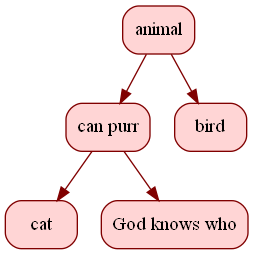
The Graphviz diagram TreePicture.png in KuchinaMA/Akinator, before a commit. Its source is kept beside it as TreePicture.dot.
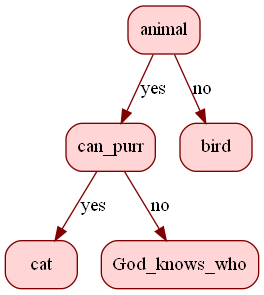
Above is the later version.

What changed in the source:
```diff
@@ -1,13 +1,13 @@
 digraph {
   rankdir = HR;
   node [shape = Mrecord, color = "#800000", style = filled, fillcolor = "#FFD5D5"];
-  node_0000028b84e41540[label = " animal "];
-  node_0000028b84e414c0[label = " can purr "];
-  node_0000028b84e41440[label = " cat "];
-  node_0000028b84e41480[label = " God knows who "];
-  node_0000028b84e41500[label = " bird "];
-  node_0000028b84e41540 -> node_0000028b84e414c0 [weight = 1, color = "#800000"];
-  node_0000028b84e414c0 -> node_0000028b84e41440 [weight = 1, color = "#800000"];
-  node_0000028b84e414c0 -> node_0000028b84e41480 [weight = 1, color = "#800000"];
-  node_0000028b84e41540 -> node_0000028b84e41500 [weight = 1, color = "#800000"];
+  node_000001c4a8cf6bb0[label = " animal "];
+  node_000001c4a8cf6bf0[label = " can_purr "];
+  node_000001c4a8cf6c30[label = " cat "];
+  node_000001c4a8cf6c70[label = " God_knows_who "];
+  node_000001c4a8cf6cb0[label = " bird "];
+  node_000001c4a8cf6bb0 -> node_000001c4a8cf6bf0 [label = "yes", weight = 1, color = "#800000"];
+  node_000001c4a8cf6bf0 -> node_000001c4a8cf6c30 [label = "yes", weight = 1, color = "#800000"];
+  node_000001c4a8cf6bf0 -> node_000001c4a8cf6c70 [label = "no", weight = 1, color = "#800000"];
+  node_000001c4a8cf6bb0 -> node_000001c4a8cf6cb0 [label = "no", weight = 1, color = "#800000"];
 }
```
